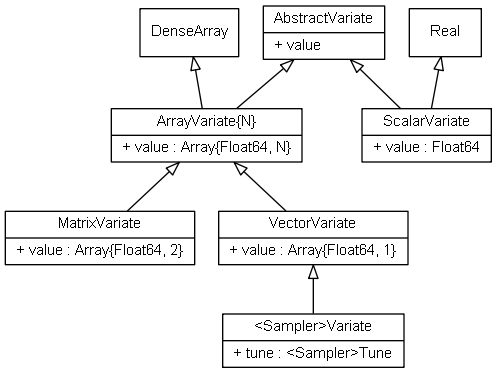
The Graphviz diagram doc/images/variateUML.png in brian-j-smith/Mamba.jl, before a commit. Its source is kept beside it as doc/images/variateUML.dot.
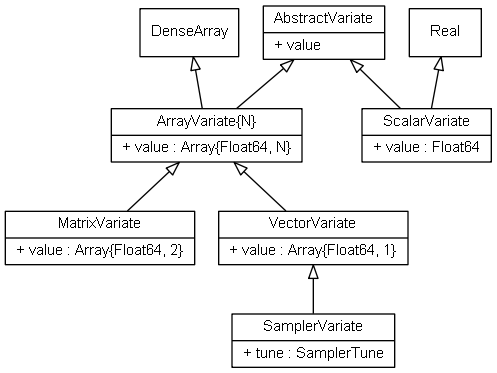
After the commit.

The edit, as a diff of the source:
```diff
@@ -16,7 +16,7 @@
 
     Real [label = "{Real}"]
 
-    SamplerVariate [label = "{\<Sampler\>Variate|+ tune : \<Sampler\>Tune\l}"]
+    SamplerVariate [label = "{SamplerVariate|+ tune : SamplerTune\l}"]
 
     ScalarVariate [label = "{ScalarVariate|+ value : Float64\l}"]
 
```
